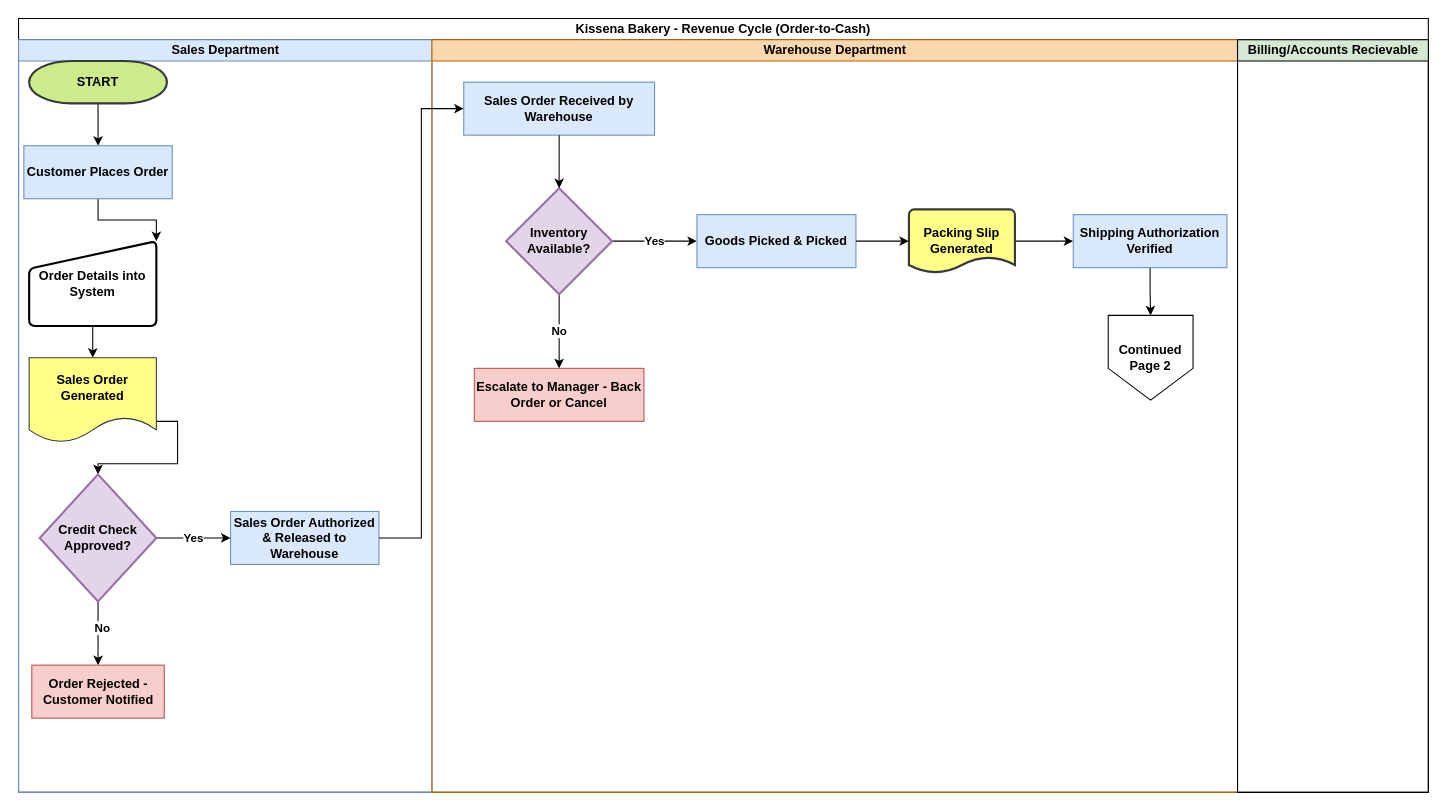
Earlier version of the draw.io diagram page "Page-1" (1 of 2) of Revenue_Cycle_Controls.drawio (andressiguenza/drawio). Source tidied: cells renumbered, new cells numbered last; positions are measured from the earlier drawing's top-left corner, leaving out a move shared by most shapes. Both pictures are drawn from the tidied source at 106%, with x=0, y=0 at pixel (18, 18).
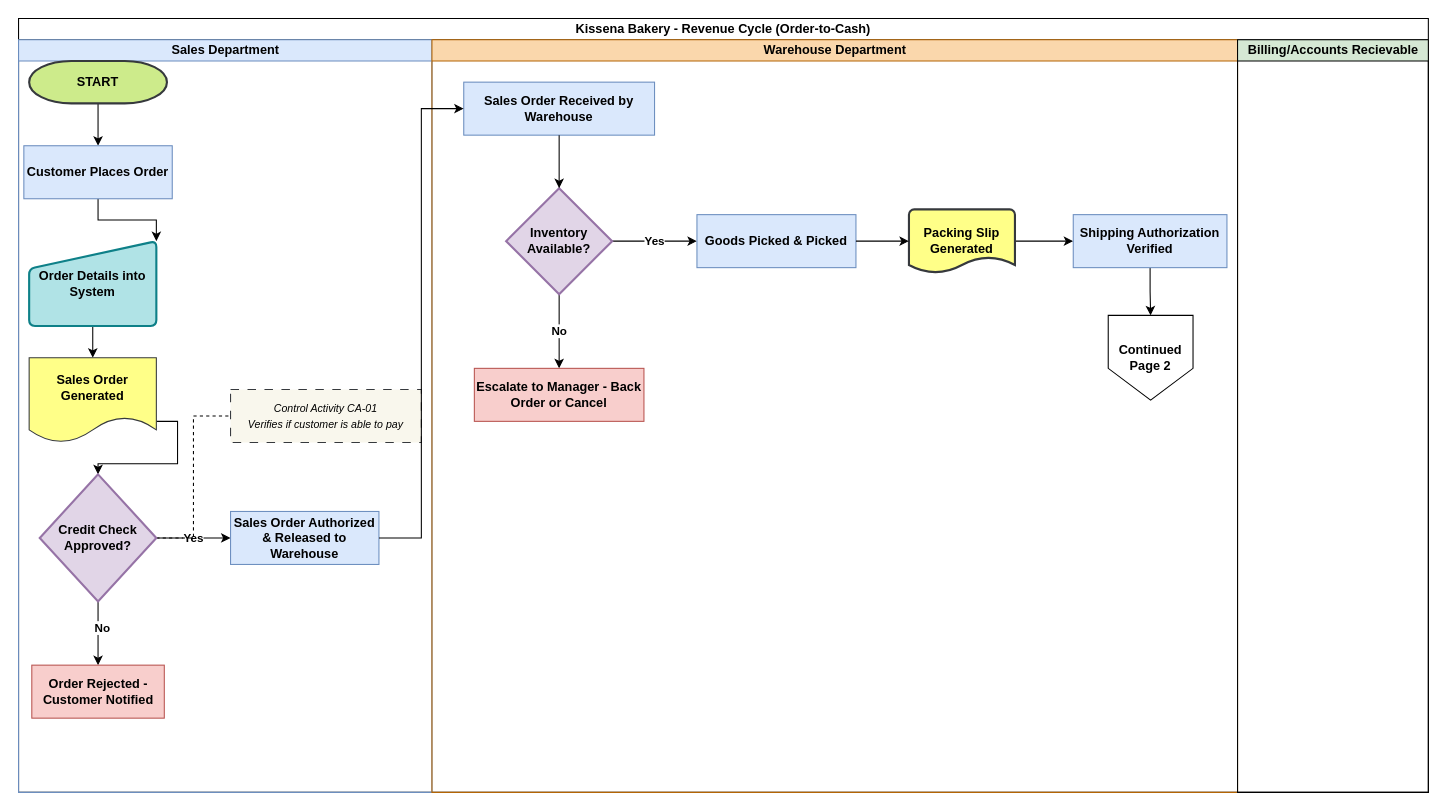
The same diagram, later.

Unchanged cells that the change refers to:
```xml
<mxCell id="3" value="Sales Department" style="swimlane;html=1;startSize=20;fillColor=#dae8fc;strokeColor=#6c8ebf;" parent="2" vertex="1">
  <mxGeometry y="20" width="390" height="710" as="geometry" />
</mxCell>
<mxCell id="15" value="&lt;b&gt;Credit Check Approved?&lt;/b&gt;" style="strokeWidth=2;html=1;shape=mxgraph.flowchart.decision;whiteSpace=wrap;fillColor=#e1d5e7;strokeColor=#9673a6;" parent="3" vertex="1">
  <mxGeometry x="20" y="410" width="110" height="120" as="geometry" />
</mxCell>
```

Diff of the diagram source:
```diff
@@
-    <mxCell id="9" value="&lt;b&gt;Order Details into System&lt;/b&gt;" style="html=1;strokeWidth=2;shape=manualInput;whiteSpace=wrap;rounded=1;size=26;arcSize=11;" parent="3" vertex="1">
+    <mxCell id="9" value="&lt;b&gt;Order Details into System&lt;/b&gt;" style="html=1;strokeWidth=2;shape=manualInput;whiteSpace=wrap;rounded=1;size=26;arcSize=11;fillColor=#b0e3e6;strokeColor=#0e8088;" parent="3" vertex="1">
       <mxGeometry x="10" y="190" width="120" height="80" as="geometry" />
     </mxCell>
@@
+    <mxCell id="34" style="edgeStyle=orthogonalEdgeStyle;rounded=0;jettySize=auto;html=1;exitX=1;exitY=0.5;exitDx=0;exitDy=0;exitPerimeter=0;entryX=0;entryY=0.5;entryDx=0;entryDy=0;endArrow=none;endFill=0;dashed=1;" parent="3" edge="1" source="15" target="35">
+      <mxGeometry relative="1" as="geometry" />
+    </mxCell>
@@
+    <mxCell id="35" value="&lt;font size=&quot;1&quot;&gt;&lt;i&gt;Control Activity CA-01&lt;/i&gt;&lt;/font&gt;&lt;div&gt;&lt;font size=&quot;1&quot;&gt;&lt;i&gt;Verifies if customer is able to pay&lt;/i&gt;&lt;/font&gt;&lt;/div&gt;" style="html=1;dashed=1;whiteSpace=wrap;dashPattern=8 8;fillColor=#f9f7ed;strokeColor=#36393d;" parent="3" vertex="1">
+      <mxGeometry x="200" y="330" width="180" height="50" as="geometry" />
+    </mxCell>
```
